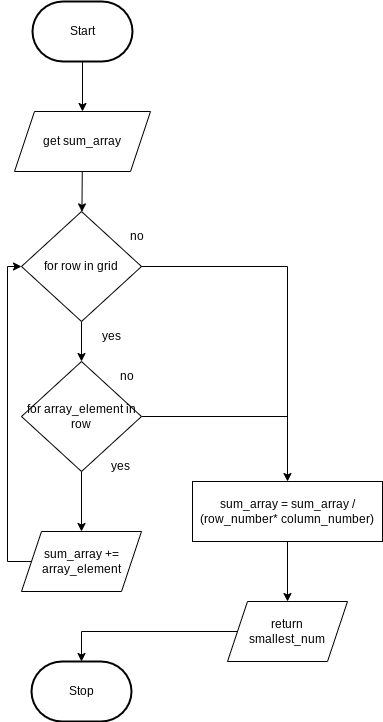
Above: Drawio/FlowChart.png in JacksonNaufal/ICS3U-Unit6-05-Python (draw.io), before the change. Source tidied: cells renumbered, new cells last; positions are measured from the earlier drawing's top-left corner, leaving out a move shared by most shapes.
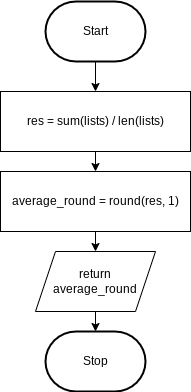
Later version of the same file.

What changed in the source:
```diff
@@ -2,83 +2,32 @@
   <root>
     <mxCell id="0" />
     <mxCell id="1" parent="0" />
-    <mxCell id="2" style="edgeStyle=none;html=1;" parent="1" edge="1" source="3" target="13">
-      <mxGeometry relative="1" as="geometry" />
-    </mxCell>
+    <mxCell id="23" style="edgeStyle=none;html=1;" parent="1" edge="1" source="3" target="21">
+      <mxGeometry relative="1" as="geometry" />
+    </mxCell>
     <mxCell id="3" value="Start" style="strokeWidth=2;html=1;shape=mxgraph.flowchart.terminator;whiteSpace=wrap;" parent="1" vertex="1">
       <mxGeometry x="25" width="100" height="60" as="geometry" />
     </mxCell>
     <mxCell id="4" value="Stop" style="strokeWidth=2;html=1;shape=mxgraph.flowchart.terminator;whiteSpace=wrap;rounded=1;" parent="1" vertex="1">
-      <mxGeometry x="24" y="660" width="100" height="60" as="geometry" />
+      <mxGeometry x="25" y="330" width="100" height="60" as="geometry" />
     </mxCell>
-    <mxCell id="5" style="edgeStyle=none;html=1;" parent="1" edge="1" source="7" target="16">
-      <mxGeometry relative="1" as="geometry" />
-    </mxCell>
-    <mxCell id="6" style="edgeStyle=none;html=1;entryX=0.5;entryY=0;entryDx=0;entryDy=0;endArrow=classic;endFill=1;rounded=0;startArrow=none;" parent="1" edge="1" source="21" target="20">
-      <mxGeometry relative="1" as="geometry" />
-    </mxCell>
-    <mxCell id="7" value="for row in grid" style="rhombus;whiteSpace=wrap;html=1;" parent="1" vertex="1">
-      <mxGeometry x="14" y="210" width="120" height="110" as="geometry" />
-    </mxCell>
-    <mxCell id="8" style="edgeStyle=none;html=1;entryX=0;entryY=0.5;entryDx=0;entryDy=0;rounded=0;exitX=0;exitY=0.5;exitDx=0;exitDy=0;" parent="1" edge="1" source="11" target="7">
-      <mxGeometry relative="1" as="geometry">
-        <Array as="points">
-          <mxPoint y="560" />
-          <mxPoint y="265" />
-        </Array>
-      </mxGeometry>
-    </mxCell>
-    <mxCell id="9" value="yes" style="text;html=1;strokeColor=none;fillColor=none;align=center;verticalAlign=middle;whiteSpace=wrap;rounded=0;" parent="1" vertex="1">
-      <mxGeometry x="74" y="320" width="60" height="30" as="geometry" />
-    </mxCell>
-    <mxCell id="10" value="no" style="text;html=1;strokeColor=none;fillColor=none;align=center;verticalAlign=middle;whiteSpace=wrap;rounded=0;" parent="1" vertex="1">
-      <mxGeometry x="100" y="220" width="60" height="30" as="geometry" />
-    </mxCell>
-    <mxCell id="11" value="sum_array += array_element" style="shape=parallelogram;perimeter=parallelogramPerimeter;whiteSpace=wrap;html=1;fixedSize=1;" parent="1" vertex="1">
-      <mxGeometry x="14" y="530" width="120" height="60" as="geometry" />
-    </mxCell>
-    <mxCell id="12" style="edgeStyle=none;html=1;" parent="1" edge="1" source="13" target="7">
-      <mxGeometry relative="1" as="geometry" />
-    </mxCell>
-    <mxCell id="13" value="get sum_array" style="shape=parallelogram;perimeter=parallelogramPerimeter;whiteSpace=wrap;html=1;fixedSize=1;" parent="1" vertex="1">
-      <mxGeometry x="7" y="110" width="136" height="60" as="geometry" />
-    </mxCell>
-    <mxCell id="14" style="edgeStyle=none;html=1;entryX=0.5;entryY=0;entryDx=0;entryDy=0;" parent="1" edge="1" source="16" target="11">
-      <mxGeometry relative="1" as="geometry" />
-    </mxCell>
-    <mxCell id="15" style="edgeStyle=none;html=1;endArrow=none;endFill=0;" parent="1" edge="1" source="16">
-      <mxGeometry relative="1" as="geometry">
-        <mxPoint x="280" y="415" as="targetPoint" />
-      </mxGeometry>
-    </mxCell>
-    <mxCell id="16" value="for array_element in row" style="rhombus;whiteSpace=wrap;html=1;" parent="1" vertex="1">
-      <mxGeometry x="14" y="360" width="120" height="110" as="geometry" />
-    </mxCell>
-    <mxCell id="17" value="no" style="text;html=1;strokeColor=none;fillColor=none;align=center;verticalAlign=middle;whiteSpace=wrap;rounded=0;" parent="1" vertex="1">
-      <mxGeometry x="90" y="360" width="60" height="30" as="geometry" />
-    </mxCell>
-    <mxCell id="18" value="yes" style="text;html=1;strokeColor=none;fillColor=none;align=center;verticalAlign=middle;whiteSpace=wrap;rounded=0;" parent="1" vertex="1">
-      <mxGeometry x="83" y="450" width="60" height="30" as="geometry" />
-    </mxCell>
-    <mxCell id="19" style="edgeStyle=none;rounded=0;html=1;entryX=0.5;entryY=0;entryDx=0;entryDy=0;entryPerimeter=0;endArrow=classic;endFill=1;" parent="1" edge="1" source="20" target="4">
-      <mxGeometry relative="1" as="geometry">
-        <Array as="points">
-          <mxPoint x="74" y="630" />
-        </Array>
-      </mxGeometry>
+    <mxCell id="19" style="edgeStyle=none;html=1;" parent="1" edge="1" source="20" target="4">
+      <mxGeometry relative="1" as="geometry" />
     </mxCell>
-    <mxCell id="20" value="return&lt;br&gt;smallest_num" style="shape=parallelogram;perimeter=parallelogramPerimeter;whiteSpace=wrap;html=1;fixedSize=1;" parent="1" vertex="1">
-      <mxGeometry x="220" y="600" width="120" height="60" as="geometry" />
+    <mxCell id="20" value="return&lt;br&gt;average_round" style="shape=parallelogram;perimeter=parallelogramPerimeter;whiteSpace=wrap;html=1;fixedSize=1;" parent="1" vertex="1">
+      <mxGeometry x="15" y="250" width="120" height="60" as="geometry" />
     </mxCell>
+    <mxCell id="24" style="edgeStyle=none;html=1;" parent="1" edge="1" source="21" target="26">
+      <mxGeometry relative="1" as="geometry" />
+    </mxCell>
-    <mxCell id="21" value="sum_array = sum_array / (row_number* column_number)" style="rounded=0;whiteSpace=wrap;html=1;" parent="1" vertex="1">
-      <mxGeometry x="185" y="480" width="190" height="60" as="geometry" />
+    <mxCell id="21" value="res = sum(lists) / len(lists)" style="rounded=0;whiteSpace=wrap;html=1;" parent="1" vertex="1">
+      <mxGeometry x="-20" y="90" width="190" height="60" as="geometry" />
     </mxCell>
-    <mxCell id="22" style="edgeStyle=none;html=1;entryX=0.5;entryY=0;entryDx=0;entryDy=0;endArrow=classic;endFill=1;rounded=0;" parent="1" edge="1" source="7" target="21">
-      <mxGeometry relative="1" as="geometry">
-        <Array as="points">
-          <mxPoint x="280" y="265" />
-        </Array>
-      </mxGeometry>
-    </mxCell>
+    <mxCell id="25" style="edgeStyle=none;html=1;" parent="1" edge="1" source="26" target="20">
+      <mxGeometry relative="1" as="geometry" />
+    </mxCell>
+    <mxCell id="26" value="average_round = round(res, 1)" style="rounded=0;whiteSpace=wrap;html=1;" parent="1" vertex="1">
+      <mxGeometry x="-20" y="170" width="190" height="60" as="geometry" />
+    </mxCell>
   </root>
 </mxGraphModel>
```
